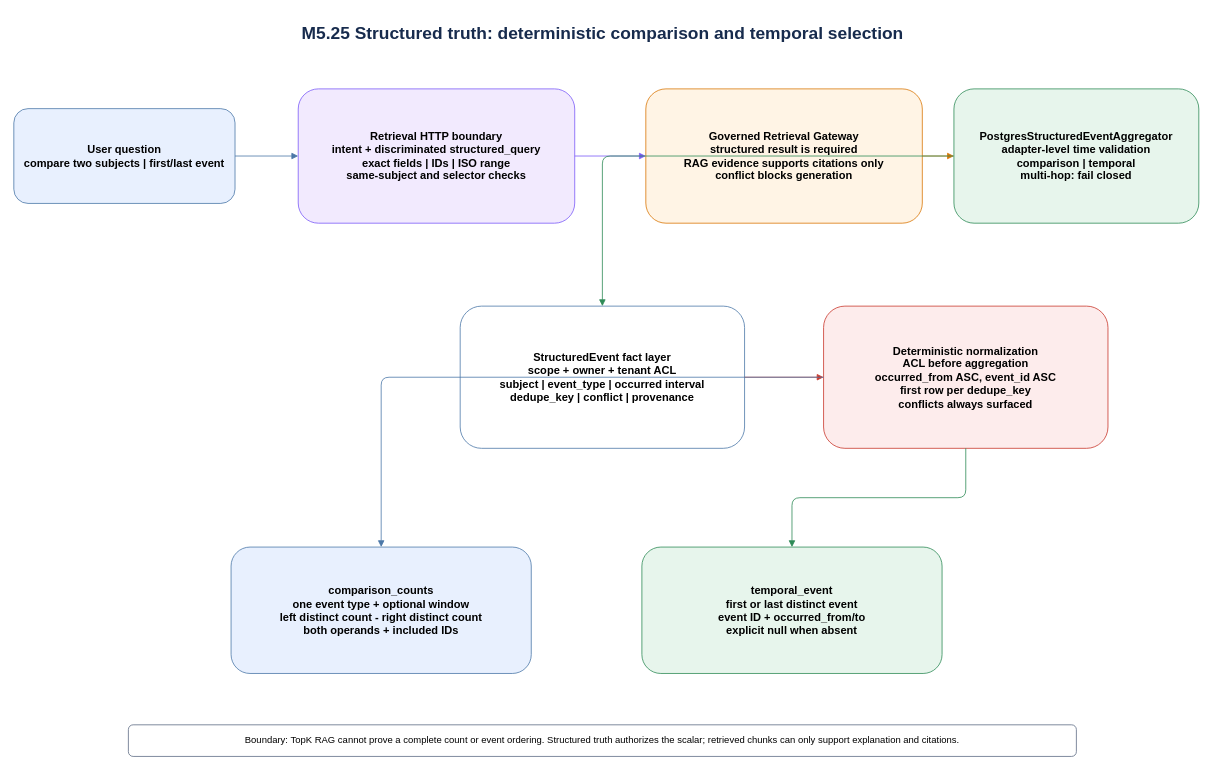
Before: page "38-M5.25 Structured Comparison and Temporal Aggregation" (38 of 40) of FireFly-QuestLab-目标架构-v3.drawio in Qfish-417/Firefly, a draw.io diagram. Source tidied: cells renumbered, new cells numbered last; positions are measured from the earlier drawing's top-left corner, leaving out a move shared by most shapes. Both pictures are drawn from the tidied source at 79%, with x=0, y=0 at pixel (13, 13).
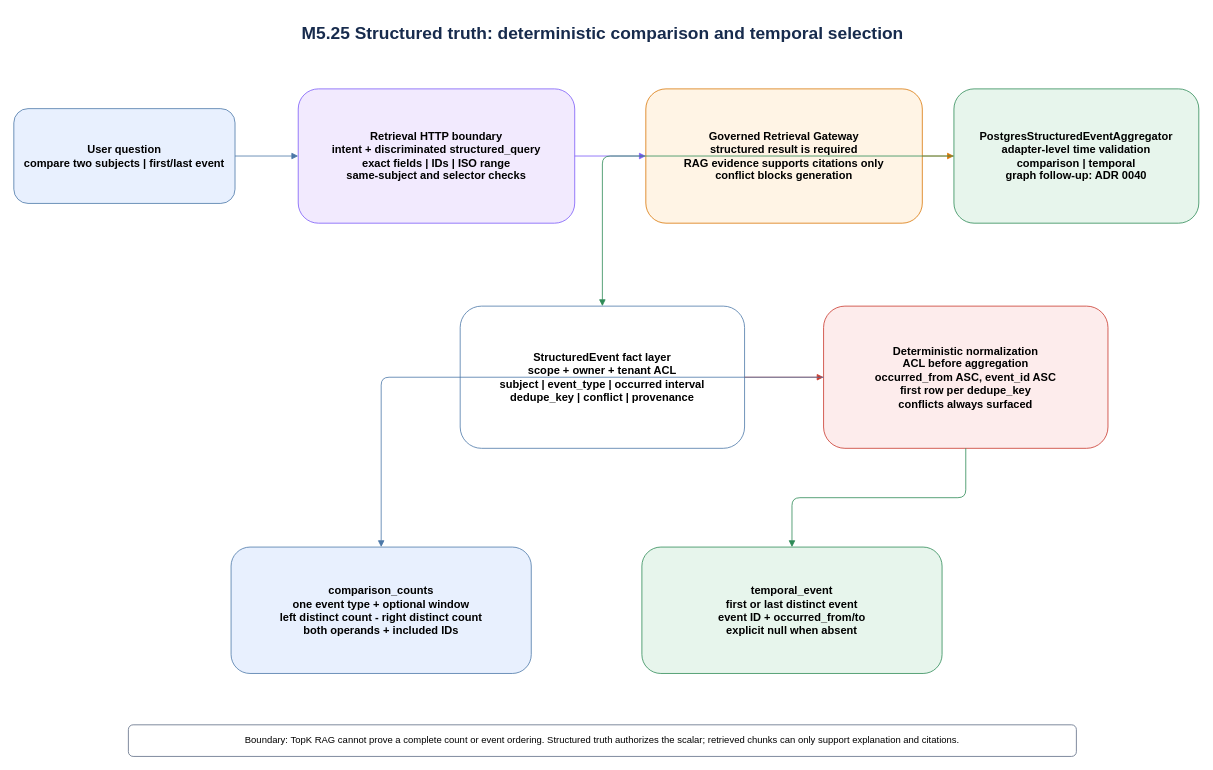
The same page after the edit.

What changed in the source:
```diff
@@
 <mxGraphModel>
   <root>
     <mxCell id="0" />
     <mxCell id="1" parent="0" />
     <mxCell id="2" value="M5.25 Structured truth: deterministic comparison and temporal selection" style="text;html=1;align=center;verticalAlign=middle;fontSize=22;fontStyle=1;fontColor=#172B4D;" parent="1" vertex="1">
       <mxGeometry x="35" width="1420" height="50" as="geometry" />
     </mxCell>
     <mxCell id="3" value="User question&#10;compare two subjects | first/last event" style="rounded=1;whiteSpace=wrap;html=1;fillColor=#E8F0FE;strokeColor=#4C78A8;fontSize=14;fontStyle=1;" parent="1" vertex="1">
       <mxGeometry y="120" width="280" height="120" as="geometry" />
     </mxCell>
     <mxCell id="4" value="Retrieval HTTP boundary&#10;intent + discriminated structured_query&#10;exact fields | IDs | ISO range&#10;same-subject and selector checks" style="rounded=1;whiteSpace=wrap;html=1;fillColor=#F2EAFE;strokeColor=#7A5AF8;fontSize=14;fontStyle=1;" parent="1" vertex="1">
       <mxGeometry x="360" y="95" width="350" height="170" as="geometry" />
     </mxCell>
     <mxCell id="5" value="Governed Retrieval Gateway&#10;structured result is required&#10;RAG evidence supports citations only&#10;conflict blocks generation" style="rounded=1;whiteSpace=wrap;html=1;fillColor=#FFF4E5;strokeColor=#D97706;fontSize=14;fontStyle=1;" parent="1" vertex="1">
       <mxGeometry x="800" y="95" width="350" height="170" as="geometry" />
     </mxCell>
-    <mxCell id="6" value="PostgresStructuredEventAggregator&#10;adapter-level time validation&#10;comparison | temporal&#10;multi-hop: fail closed" style="rounded=1;whiteSpace=wrap;html=1;fillColor=#E7F5EC;strokeColor=#2E8B57;fontSize=14;fontStyle=1;" parent="1" vertex="1">
+    <mxCell id="6" value="PostgresStructuredEventAggregator&#10;adapter-level time validation&#10;comparison | temporal&#10;graph follow-up: ADR 0040" style="rounded=1;whiteSpace=wrap;html=1;fillColor=#E7F5EC;strokeColor=#2E8B57;fontSize=14;fontStyle=1;" parent="1" vertex="1">
       <mxGeometry x="1190" y="95" width="310" height="170" as="geometry" />
     </mxCell>
     <mxCell id="7" value="StructuredEvent fact layer&#10;scope + owner + tenant ACL&#10;subject | event_type | occurred interval&#10;dedupe_key | conflict | provenance" style="rounded=1;whiteSpace=wrap;html=1;fillColor=#FFFFFF;strokeColor=#4C78A8;fontSize=14;fontStyle=1;" parent="1" vertex="1">
       <mxGeometry x="565" y="370" width="360" height="180" as="geometry" />
     </mxCell>
     <mxCell id="8" value="Deterministic normalization&#10;ACL before aggregation&#10;occurred_from ASC, event_id ASC&#10;first row per dedupe_key&#10;conflicts always surfaced" style="rounded=1;whiteSpace=wrap;html=1;fillColor=#FDECEC;strokeColor=#C9372C;fontSize=14;fontStyle=1;" parent="1" vertex="1">
       <mxGeometry x="1025" y="370" width="360" height="180" as="geometry" />
     </mxCell>
     <mxCell id="9" value="comparison_counts&#10;one event type + optional window&#10;left distinct count - right distinct count&#10;both operands + included IDs" style="rounded=1;whiteSpace=wrap;html=1;fillColor=#E8F0FE;strokeColor=#4C78A8;fontSize=14;fontStyle=1;" parent="1" vertex="1">
       <mxGeometry x="275" y="675" width="380" height="160" as="geometry" />
     </mxCell>
     <mxCell id="10" value="temporal_event&#10;first or last distinct event&#10;event ID + occurred_from/to&#10;explicit null when absent" style="rounded=1;whiteSpace=wrap;html=1;fillColor=#E7F5EC;strokeColor=#2E8B57;fontSize=14;fontStyle=1;" parent="1" vertex="1">
       <mxGeometry x="795" y="675" width="380" height="160" as="geometry" />
     </mxCell>
     <mxCell id="11" style="edgeStyle=orthogonalEdgeStyle;html=1;endArrow=block;strokeColor=#4C78A8;" parent="1" edge="1" source="3" target="4">
       <mxGeometry relative="1" as="geometry" />
     </mxCell>
     <mxCell id="12" style="edgeStyle=orthogonalEdgeStyle;html=1;endArrow=block;strokeColor=#7A5AF8;" parent="1" edge="1" source="4" target="5">
       <mxGeometry relative="1" as="geometry" />
     </mxCell>
     <mxCell id="13" style="edgeStyle=orthogonalEdgeStyle;html=1;endArrow=block;strokeColor=#D97706;" parent="1" edge="1" source="5" target="6">
       <mxGeometry relative="1" as="geometry" />
     </mxCell>
     <mxCell id="14" style="edgeStyle=orthogonalEdgeStyle;html=1;endArrow=block;strokeColor=#2E8B57;" parent="1" edge="1" source="6" target="7">
       <mxGeometry relative="1" as="geometry" />
     </mxCell>
     <mxCell id="15" style="edgeStyle=orthogonalEdgeStyle;html=1;endArrow=block;strokeColor=#C9372C;" parent="1" edge="1" source="7" target="8">
       <mxGeometry relative="1" as="geometry" />
     </mxCell>
     <mxCell id="16" style="edgeStyle=orthogonalEdgeStyle;html=1;endArrow=block;strokeColor=#4C78A8;" parent="1" edge="1" source="8" target="9">
       <mxGeometry relative="1" as="geometry" />
     </mxCell>
     <mxCell id="17" style="edgeStyle=orthogonalEdgeStyle;html=1;endArrow=block;strokeColor=#2E8B57;" parent="1" edge="1" source="8" target="10">
       <mxGeometry relative="1" as="geometry" />
     </mxCell>
     <mxCell id="18" value="Boundary: TopK RAG cannot prove a complete count or event ordering. Structured truth authorizes the scalar; retrieved chunks can only support explanation and citations." style="rounded=1;whiteSpace=wrap;html=1;fillColor=#FFFFFF;strokeColor=#5E6C84;fontSize=12;" parent="1" vertex="1">
       <mxGeometry x="145" y="900" width="1200" height="40" as="geometry" />
     </mxCell>
   </root>
 </mxGraphModel>
```
